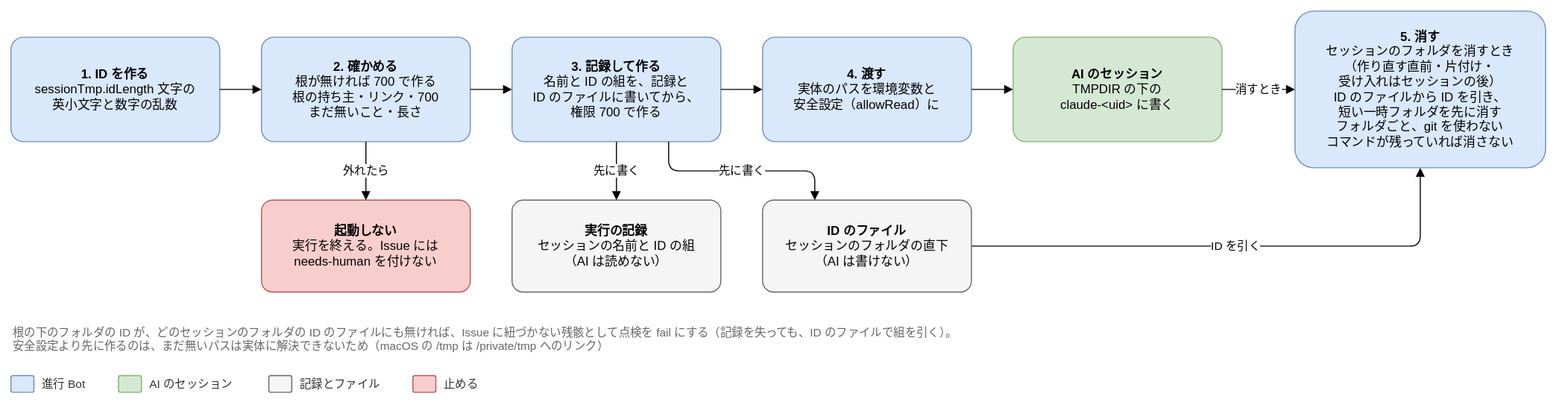
The draw.io diagram docs/design/basic/diagrams/03-session-tmp.drawio.svg in Joymerrevent/dev-autopilot, before a commit. Source tidied: cells renumbered, new cells last; positions are measured from the earlier drawing's top-left corner, leaving out a move shared by most shapes.
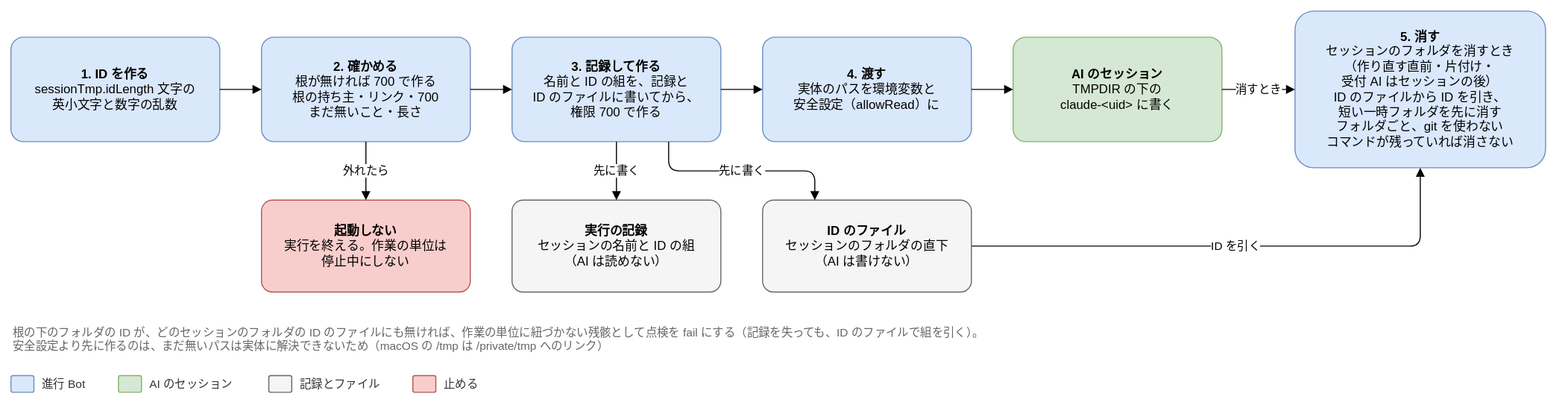
Later version of the same file.

What changed in the source:
```diff
@@ -17,7 +17,7 @@
     <mxCell id="6" value="&lt;b&gt;AI のセッション&lt;/b&gt;&lt;br&gt;TMPDIR の下の&lt;br&gt;claude-&amp;lt;uid&amp;gt; に書く" style="rounded=1;whiteSpace=wrap;html=1;fontSize=12;arcSize=12;spacing=12;fillColor=#d5e8d4;strokeColor=#82b366;" parent="1" vertex="1">
       <mxGeometry x="960" y="25" width="200" height="100" as="geometry" />
     </mxCell>
-    <mxCell id="7" value="&lt;b&gt;5. 消す&lt;/b&gt;&lt;br&gt;セッションのフォルダを消すとき&lt;br&gt;（作り直す直前・片付け・&lt;br&gt;受け入れはセッションの後）&lt;br&gt;ID のファイルから ID を引き、&lt;br&gt;短い一時フォルダを先に消す&lt;br&gt;フォルダごと、git を使わない&lt;br&gt;コマンドが残っていれば消さない" style="rounded=1;whiteSpace=wrap;html=1;fontSize=12;arcSize=12;spacing=12;fillColor=#dae8fc;strokeColor=#6c8ebf;" parent="1" vertex="1">
+    <mxCell id="7" value="&lt;b&gt;5. 消す&lt;/b&gt;&lt;br&gt;セッションのフォルダを消すとき&lt;br&gt;（作り直す直前・片付け・&lt;br&gt;受付 AI はセッションの後）&lt;br&gt;ID のファイルから ID を引き、&lt;br&gt;短い一時フォルダを先に消す&lt;br&gt;フォルダごと、git を使わない&lt;br&gt;コマンドが残っていれば消さない" style="rounded=1;whiteSpace=wrap;html=1;fontSize=12;arcSize=12;spacing=12;fillColor=#dae8fc;strokeColor=#6c8ebf;" parent="1" vertex="1">
       <mxGeometry x="1230" width="240" height="150" as="geometry" />
     </mxCell>
     <mxCell id="8" style="edgeStyle=orthogonalEdgeStyle;rounded=1;html=1;endArrow=block;endFill=1;fontSize=11;labelBackgroundColor=#ffffff;exitX=1;exitY=0.5;exitDx=0;exitDy=0;entryX=0;entryY=0.5;entryDx=0;entryDy=0;" parent="1" edge="1" source="2" target="3">
@@ -35,7 +35,7 @@
     <mxCell id="12" value="消すとき" style="edgeStyle=orthogonalEdgeStyle;rounded=1;html=1;endArrow=block;endFill=1;fontSize=11;labelBackgroundColor=#ffffff;exitX=1;exitY=0.5;exitDx=0;exitDy=0;entryX=0;entryY=0.5;entryDx=0;entryDy=0;" parent="1" edge="1" source="6" target="7">
       <mxGeometry relative="1" as="geometry" />
     </mxCell>
-    <mxCell id="13" value="&lt;b&gt;起動しない&lt;/b&gt;&lt;br&gt;実行を終える。Issue には&lt;br&gt;needs-human を付けない" style="rounded=1;whiteSpace=wrap;html=1;fontSize=12;arcSize=12;spacing=12;fillColor=#f8cecc;strokeColor=#b85450;" parent="1" vertex="1">
+    <mxCell id="13" value="&lt;b&gt;起動しない&lt;/b&gt;&lt;br&gt;実行を終える。作業の単位は&lt;br&gt;停止中にしない" style="rounded=1;whiteSpace=wrap;html=1;fontSize=12;arcSize=12;spacing=12;fillColor=#f8cecc;strokeColor=#b85450;" parent="1" vertex="1">
       <mxGeometry x="240" y="181" width="200" height="88" as="geometry" />
     </mxCell>
     <mxCell id="14" value="外れたら" style="edgeStyle=orthogonalEdgeStyle;rounded=1;html=1;endArrow=block;endFill=1;fontSize=11;labelBackgroundColor=#ffffff;exitX=0.5;exitY=1;exitDx=0;exitDy=0;entryX=0.5;entryY=0;entryDx=0;entryDy=0;" parent="1" edge="1" source="3" target="13">
@@ -50,7 +50,7 @@
     <mxCell id="17" value="ID を引く" style="edgeStyle=orthogonalEdgeStyle;rounded=1;html=1;endArrow=block;endFill=1;fontSize=11;labelBackgroundColor=#ffffff;exitX=1;exitY=0.5;exitDx=0;exitDy=0;entryX=0.5;entryY=1;entryDx=0;entryDy=0;" parent="1" edge="1" source="19" target="7">
       <mxGeometry relative="1" as="geometry" />
     </mxCell>
-    <mxCell id="18" value="根の下のフォルダの ID が、どのセッションのフォルダの ID のファイルにも無ければ、Issue に紐づかない残骸として点検を fail にする（記録を失っても、ID のファイルで組を引く）。&lt;br&gt;安全設定より先に作るのは、まだ無いパスは実体に解決できないため（macOS の /tmp は /private/tmp へのリンク）" style="text;html=1;whiteSpace=wrap;align=left;verticalAlign=top;fontSize=11;fontColor=#666666;" parent="1" vertex="1">
+    <mxCell id="18" value="根の下のフォルダの ID が、どのセッションのフォルダの ID のファイルにも無ければ、作業の単位に紐づかない残骸として点検を fail にする（記録を失っても、ID のファイルで組を引く）。&lt;br&gt;安全設定より先に作るのは、まだ無いパスは実体に解決できないため（macOS の /tmp は /private/tmp へのリンク）" style="text;html=1;whiteSpace=wrap;align=left;verticalAlign=top;fontSize=11;fontColor=#666666;" parent="1" vertex="1">
       <mxGeometry y="295" width="1460" height="36" as="geometry" />
     </mxCell>
     <mxCell id="19" value="&lt;b&gt;ID のファイル&lt;/b&gt;&lt;br&gt;セッションのフォルダの直下&lt;br&gt;（AI は書けない）" style="rounded=1;whiteSpace=wrap;html=1;fontSize=12;arcSize=12;spacing=12;fillColor=#f5f5f5;strokeColor=#666666;" parent="1" vertex="1">
```
